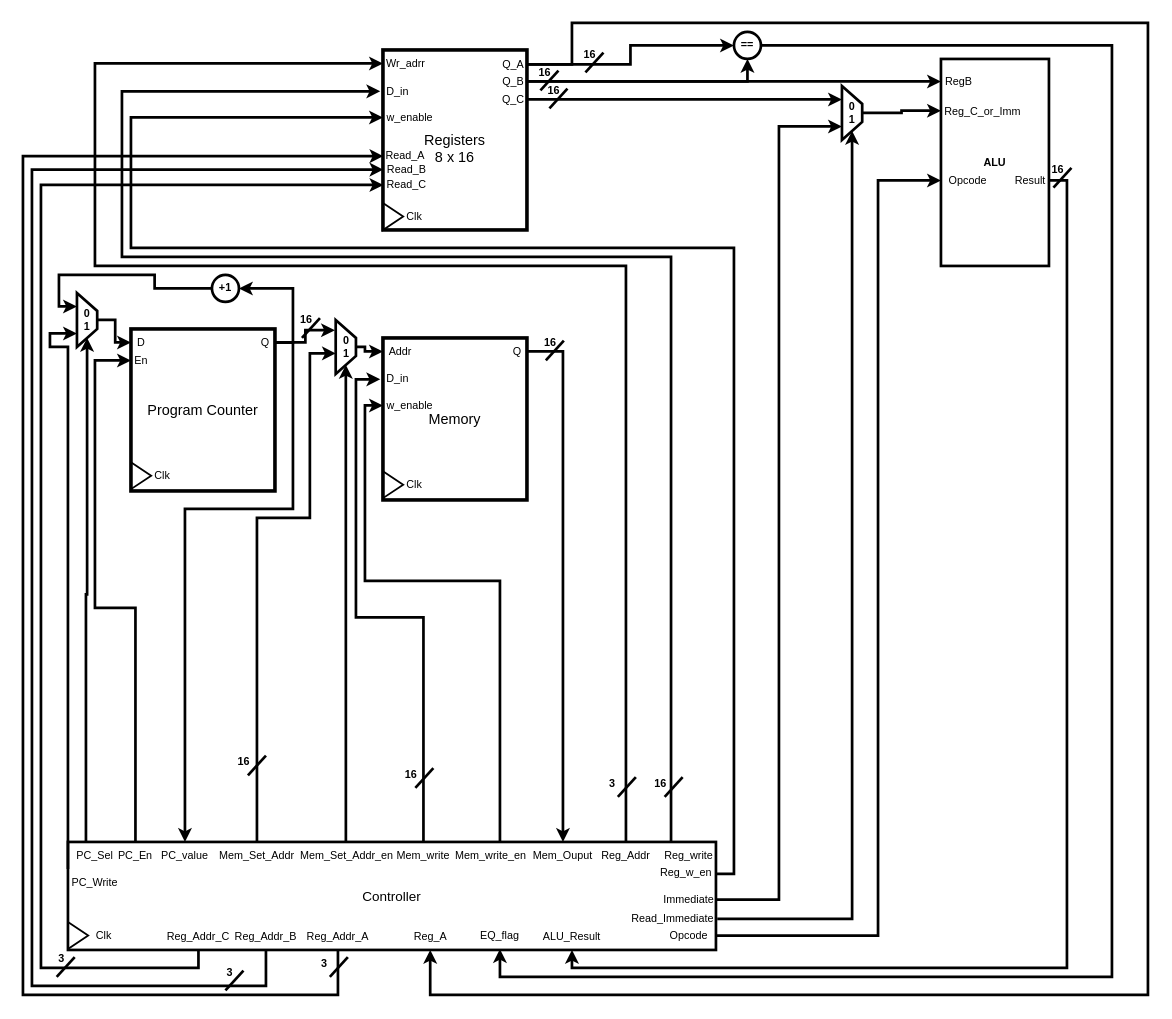
Above: page "Control Unit" (2 of 2) of docs/schematics/RiSC_RTL.drawio in adityab7106/RiSC-16 (draw.io), before the change. Source tidied: cells renumbered, new cells numbered last; positions are measured from the earlier drawing's top-left corner, leaving out a move shared by most shapes. Both pictures are drawn from the tidied source at 90%, with x=0, y=0 at pixel (22, 22).
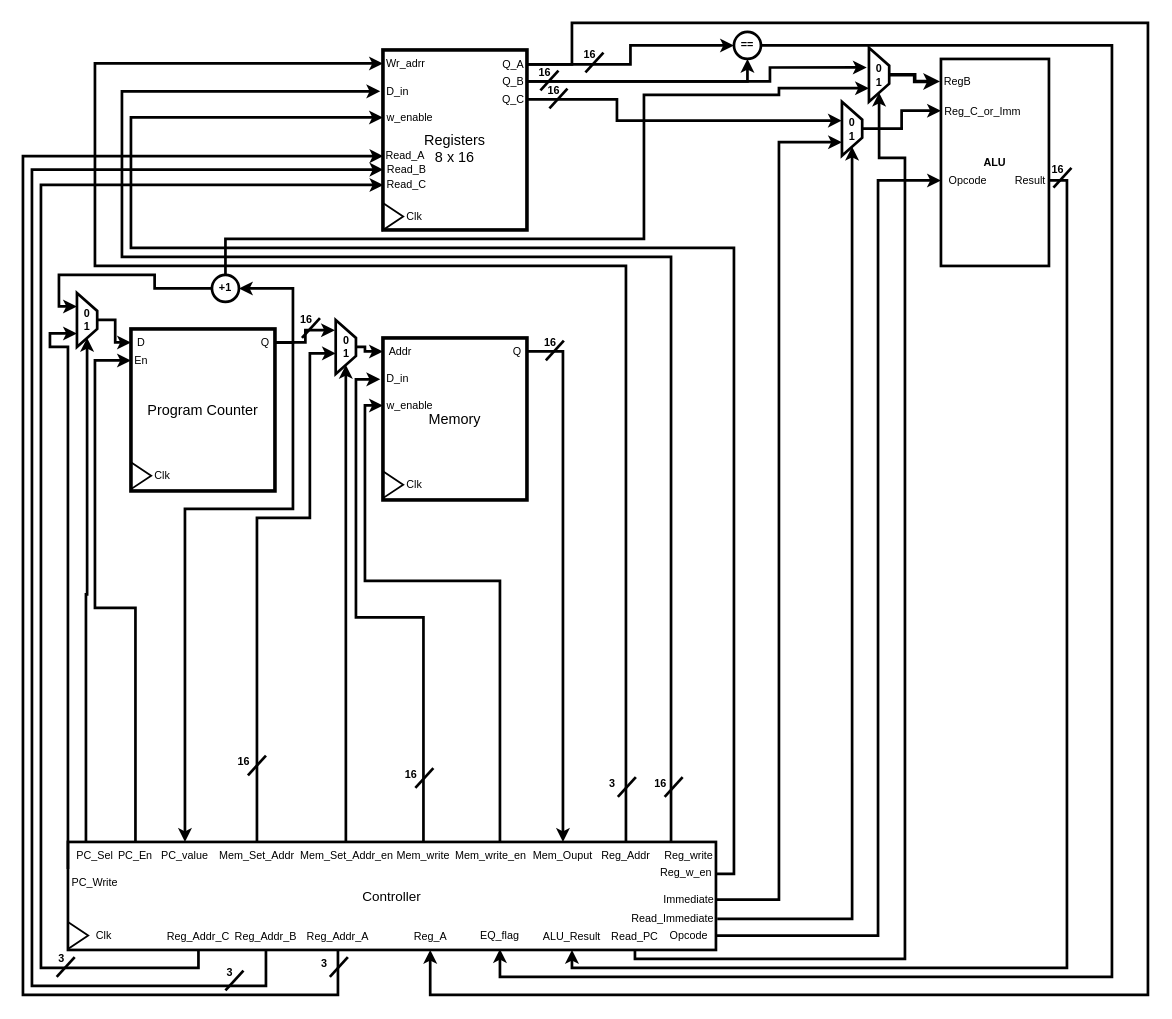
After the change.

The change refers to these unchanged cells:
```xml
<mxCell id="29" value="+1" style="ellipse;whiteSpace=wrap;html=1;shapeInside=1;align=center;verticalAlign=top;fontFamily=Helvetica;fontSize=12;fontColor=default;fillColor=none;gradientColor=none;strokeWidth=3;fontStyle=1;" parent="1" vertex="1">
  <mxGeometry x="210" y="280" width="30" height="30" as="geometry" />
</mxCell>
<mxCell id="58" value="&lt;b&gt;ALU&lt;/b&gt;" style="rounded=0;whiteSpace=wrap;html=1;strokeWidth=3;" parent="1" vertex="1">
  <mxGeometry x="1020" y="40" width="120" height="230" as="geometry" />
</mxCell>
<mxCell id="74" value="Q_B" style="text;html=1;whiteSpace=wrap;strokeColor=none;fillColor=none;align=center;verticalAlign=middle;rounded=0;" parent="1" vertex="1">
  <mxGeometry x="530" y="50" width="30" height="30" as="geometry" />
</mxCell>
<mxCell id="79" value="Q_C" style="text;html=1;whiteSpace=wrap;strokeColor=none;fillColor=none;align=center;verticalAlign=middle;rounded=0;" parent="1" vertex="1">
  <mxGeometry x="530" y="70" width="30" height="30" as="geometry" />
</mxCell>
<mxCell id="100" style="group;" parent="1" vertex="1">
  <mxGeometry x="560" y="60" width="60" height="35" as="geometry" />
</mxCell>
```

What changed in the source:
```diff
@@
+    <mxCell id="133" style="edgeStyle=orthogonalEdgeStyle;rounded=0;jettySize=auto;html=1;entryX=0.75;entryY=1;entryDx=0;entryDy=0;fontFamily=Helvetica;fontSize=12;fontColor=default;strokeWidth=3;" parent="1" edge="1" source="29" target="136">
+      <mxGeometry relative="1" as="geometry">
+        <Array as="points">
+          <mxPoint x="225" y="240" />
+          <mxPoint x="690" y="240" />
+          <mxPoint x="690" y="80" />
+          <mxPoint x="840" y="80" />
+          <mxPoint x="840" y="72.5" />
+        </Array>
+      </mxGeometry>
+    </mxCell>
@@
     <mxCell id="59" value="RegB" style="text;html=1;whiteSpace=wrap;strokeColor=none;fillColor=none;align=center;verticalAlign=middle;rounded=0;" parent="1" vertex="1">
-      <mxGeometry x="1010" y="50" width="60" height="30" as="geometry" />
+      <mxGeometry x="1019" y="50" width="39" height="30" as="geometry" />
     </mxCell>
@@
-    <mxCell id="72" style="edgeStyle=orthogonalEdgeStyle;rounded=0;jettySize=auto;html=1;fontFamily=Helvetica;fontSize=12;fontColor=default;strokeWidth=3;" parent="1" edge="1" source="74">
-      <mxGeometry relative="1" as="geometry">
-        <mxPoint x="1020" y="65" as="targetPoint" />
-      </mxGeometry>
-    </mxCell>
@@
-    <mxCell id="78" style="edgeStyle=orthogonalEdgeStyle;rounded=0;jettySize=auto;html=1;fontFamily=Helvetica;fontSize=12;fontColor=default;strokeWidth=3;" parent="1" edge="1" source="79">
+    <mxCell id="78" style="edgeStyle=orthogonalEdgeStyle;rounded=0;jettySize=auto;html=1;fontFamily=Helvetica;fontSize=12;fontColor=default;strokeWidth=3;entryX=0.351;entryY=1.006;entryDx=0;entryDy=0;entryPerimeter=0;" parent="1" edge="1" source="79" target="81">
       <mxGeometry relative="1" as="geometry">
-        <mxPoint x="910" y="85" as="targetPoint" />
+        <Array as="points">
+          <mxPoint x="660" y="85" />
+          <mxPoint x="660" y="108.6" />
+        </Array>
       </mxGeometry>
     </mxCell>
@@
     <mxCell id="80" style="edgeStyle=orthogonalEdgeStyle;rounded=0;jettySize=auto;html=1;entryX=0;entryY=0.25;entryDx=0;entryDy=0;fontFamily=Helvetica;fontSize=12;fontColor=default;strokeWidth=3;" parent="1" edge="1" source="81" target="58">
-      <mxGeometry relative="1" as="geometry">
-        <Array as="points">
-          <mxPoint x="976.2" y="100" />
-          <mxPoint x="976.2" y="97.5" />
-        </Array>
-      </mxGeometry>
+      <mxGeometry relative="1" as="geometry" />
     </mxCell>
     <mxCell id="81" value="0&lt;div&gt;1&lt;/div&gt;" style="shape=trapezoid;perimeter=trapezoidPerimeter;whiteSpace=wrap;html=1;shapeInside=1;fixedSize=1;strokeWidth=3;direction=south;fontStyle=1;" parent="1" vertex="1">
-      <mxGeometry x="910" y="70" width="22.5" height="60" as="geometry" />
+      <mxGeometry x="910" y="87.5" width="22.5" height="60" as="geometry" />
     </mxCell>
@@
+    <mxCell id="134" style="edgeStyle=orthogonalEdgeStyle;rounded=0;jettySize=auto;html=1;entryX=0.366;entryY=1.109;entryDx=0;entryDy=0;fontFamily=Helvetica;fontSize=12;fontColor=default;strokeWidth=3;entryPerimeter=0;" parent="100" edge="1" target="136">
+      <mxGeometry relative="1" as="geometry">
+        <mxPoint y="5" as="sourcePoint" />
+        <Array as="points">
+          <mxPoint x="270" y="5" />
+          <mxPoint x="270" y="-10" />
+          <mxPoint x="377.5" y="-10" />
+        </Array>
+      </mxGeometry>
+    </mxCell>
@@
+    <mxCell id="135" style="edgeStyle=orthogonalEdgeStyle;rounded=0;jettySize=auto;html=1;fontFamily=Helvetica;fontSize=12;fontColor=default;strokeWidth=4;" parent="1" edge="1" source="136" target="59">
+      <mxGeometry relative="1" as="geometry" />
+    </mxCell>
+    <mxCell id="136" value="0&lt;div&gt;1&lt;/div&gt;" style="shape=trapezoid;perimeter=trapezoidPerimeter;whiteSpace=wrap;html=1;shapeInside=1;fixedSize=1;strokeWidth=3;direction=south;fontStyle=1;" parent="1" vertex="1">
+      <mxGeometry x="940" y="27.5" width="22.5" height="60" as="geometry" />
+    </mxCell>
+    <mxCell id="137" style="edgeStyle=orthogonalEdgeStyle;rounded=0;jettySize=auto;html=1;fontFamily=Helvetica;fontSize=12;fontColor=default;entryX=1;entryY=0.5;entryDx=0;entryDy=0;strokeWidth=3;" parent="1" edge="1" source="138" target="136">
+      <mxGeometry relative="1" as="geometry">
+        <Array as="points">
+          <mxPoint x="680" y="1040" />
+          <mxPoint x="980" y="1040" />
+          <mxPoint x="980" y="150" />
+          <mxPoint x="951.3" y="150" />
+        </Array>
+      </mxGeometry>
+    </mxCell>
+    <mxCell id="138" value="Read_PC" style="text;html=1;whiteSpace=wrap;strokeColor=none;fillColor=none;align=center;verticalAlign=middle;rounded=0;" parent="1" vertex="1">
+      <mxGeometry x="650" y="1000" width="60" height="30" as="geometry" />
+    </mxCell>
```
